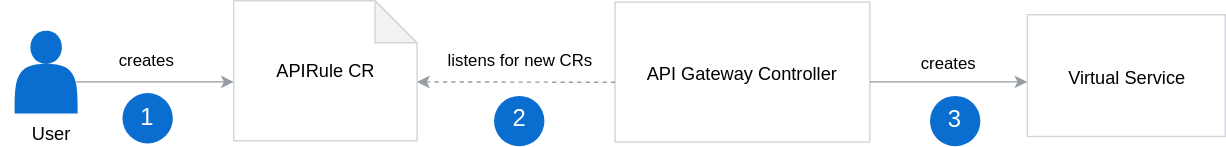
The draw.io diagram docs/technical-reference/assets/api-rules.svg in kyma-project/kyma, before a commit. Source tidied: cells renumbered, new cells last; positions are measured from the earlier drawing's top-left corner, leaving out a move shared by most shapes. Source of this version:
```xml
<mxGraphModel>
  <root>
    <mxCell id="0" />
    <mxCell id="1" parent="0" />
    <mxCell id="2" value="&lt;font style=&quot;font-size: 13px&quot;&gt;User&lt;/font&gt;" style="text;html=1;strokeColor=none;fillColor=none;align=center;verticalAlign=middle;whiteSpace=wrap;rounded=0;dashed=1;labelBackgroundColor=none;fontFamily=Helvetica;fontSize=15;fontColor=#000000;" parent="1" vertex="1">
      <mxGeometry y="84" width="73" height="20" as="geometry" />
    </mxCell>
    <mxCell id="3" style="endArrow=classic;html=1;strokeColor=#959CA4;strokeWidth=1;fontFamily=Helvetica;fontSize=15;fontColor=#000000;" parent="1" edge="1">
      <mxGeometry relative="1" as="geometry">
        <mxPoint x="54" y="58" as="sourcePoint" />
        <mxPoint x="166.5" y="58" as="targetPoint" />
      </mxGeometry>
    </mxCell>
    <mxCell id="4" value="creates&lt;br&gt;" style="text;html=1;strokeColor=none;fillColor=none;align=center;verticalAlign=middle;whiteSpace=wrap;rounded=0;" parent="1" vertex="1">
      <mxGeometry x="69.8" y="33.2" width="68.5" height="18.5" as="geometry" />
    </mxCell>
    <mxCell id="5" style="shape=actor;whiteSpace=wrap;html=1;strokeColor=none;strokeWidth=1;fillColor=#0A6ED1;gradientColor=none;fontFamily=Helvetica;fontSize=12;" parent="1" vertex="1">
      <mxGeometry x="10" y="21.5" width="45" height="59" as="geometry" />
    </mxCell>
    <mxCell id="6" value="&lt;font style=&quot;font-size: 13px&quot;&gt;API Gateway Controller&lt;br&gt;&lt;/font&gt;" style="rounded=0;whiteSpace=wrap;html=1;labelBackgroundColor=none;strokeColor=#D2D5D9;strokeWidth=1;fillColor=#FFFFFF;gradientColor=none;fontFamily=Helvetica;fontSize=15;fontColor=#000000;" parent="1" vertex="1">
      <mxGeometry x="439" y="1" width="182" height="100" as="geometry" />
    </mxCell>
    <mxCell id="7" value="&lt;font style=&quot;font-size: 13px&quot;&gt;APIRule CR&lt;br&gt;&lt;/font&gt;" style="shape=note;whiteSpace=wrap;html=1;backgroundOutline=1;darkOpacity=0.05;strokeColor=#D2D5D9;" parent="1" vertex="1">
      <mxGeometry x="166.5" width="131" height="100" as="geometry" />
    </mxCell>
    <mxCell id="8" style="endArrow=classic;html=1;strokeColor=#959CA4;strokeWidth=1;fontFamily=Helvetica;fontSize=15;fontColor=#000000;entryX=1.011;entryY=0.499;entryDx=0;entryDy=0;entryPerimeter=0;exitX=0;exitY=0.573;exitDx=0;exitDy=0;exitPerimeter=0;dashed=1;" parent="1" edge="1" source="6">
      <mxGeometry relative="1" as="geometry">
        <mxPoint x="297.5" y="58" as="targetPoint" />
      </mxGeometry>
    </mxCell>
    <mxCell id="9" value="listens for new CRs" style="text;html=1;strokeColor=none;fillColor=none;align=center;verticalAlign=middle;whiteSpace=wrap;rounded=0;" parent="1" vertex="1">
      <mxGeometry x="311" y="30.5" width="121" height="24" as="geometry" />
    </mxCell>
    <mxCell id="10" style="ellipse;whiteSpace=wrap;html=1;labelBackgroundColor=none;strokeColor=none;strokeWidth=1;fillColor=#0A6ED1;gradientColor=none;fontFamily=Helvetica;fontSize=15;fontColor=#000000;" parent="1" vertex="1">
      <mxGeometry x="87" y="66" width="36" height="36" as="geometry" />
    </mxCell>
    <mxCell id="11" style="ellipse;whiteSpace=wrap;html=1;labelBackgroundColor=none;strokeColor=none;strokeWidth=1;fillColor=#0A6ED1;gradientColor=none;fontFamily=Helvetica;fontSize=15;fontColor=#000000;" parent="1" vertex="1">
      <mxGeometry x="352.5" y="68" width="36" height="36" as="geometry" />
    </mxCell>
    <mxCell id="12" value="&lt;font style=&quot;font-size: 17px&quot; color=&quot;#ffffff&quot;&gt;1&lt;/font&gt;" style="text;html=1;strokeColor=none;fillColor=none;align=center;verticalAlign=middle;whiteSpace=wrap;rounded=0;labelBackgroundColor=none;fontFamily=Helvetica;fontSize=15;fontColor=#000000;" parent="1" vertex="1">
      <mxGeometry x="97" y="77.5" width="16" height="13" as="geometry" />
    </mxCell>
    <mxCell id="13" value="&lt;font style=&quot;font-size: 17px&quot; color=&quot;#ffffff&quot;&gt;2&lt;/font&gt;" style="text;html=1;strokeColor=none;fillColor=none;align=center;verticalAlign=middle;whiteSpace=wrap;rounded=0;labelBackgroundColor=none;fontFamily=Helvetica;fontSize=15;fontColor=#000000;" parent="1" vertex="1">
      <mxGeometry x="362.5" y="78" width="16" height="13" as="geometry" />
    </mxCell>
    <mxCell id="14" value="&lt;font style=&quot;font-size: 13px&quot;&gt;Virtual Service&lt;br&gt;&lt;/font&gt;" style="rounded=0;whiteSpace=wrap;html=1;labelBackgroundColor=none;strokeColor=#D2D5D9;strokeWidth=1;fillColor=#FFFFFF;gradientColor=none;fontFamily=Helvetica;fontSize=15;fontColor=#000000;" parent="1" vertex="1">
      <mxGeometry x="733.5" y="10" width="141.5" height="87" as="geometry" />
    </mxCell>
    <mxCell id="15" value="creates&lt;br&gt;" style="text;html=1;strokeColor=none;fillColor=none;align=center;verticalAlign=middle;whiteSpace=wrap;rounded=0;" parent="1" vertex="1">
      <mxGeometry x="643" y="36" width="68.5" height="18.5" as="geometry" />
    </mxCell>
    <mxCell id="16" style="endArrow=classic;html=1;strokeColor=#959CA4;strokeWidth=1;fontFamily=Helvetica;fontSize=15;fontColor=#000000;" parent="1" edge="1">
      <mxGeometry relative="1" as="geometry">
        <mxPoint x="621" y="58" as="sourcePoint" />
        <mxPoint x="733.5" y="58" as="targetPoint" />
      </mxGeometry>
    </mxCell>
    <mxCell id="17" style="ellipse;whiteSpace=wrap;html=1;labelBackgroundColor=none;strokeColor=none;strokeWidth=1;fillColor=#0A6ED1;gradientColor=none;fontFamily=Helvetica;fontSize=15;fontColor=#000000;" parent="1" vertex="1">
      <mxGeometry x="664" y="68" width="36" height="36" as="geometry" />
    </mxCell>
    <mxCell id="18" value="&lt;font style=&quot;font-size: 17px&quot; color=&quot;#ffffff&quot;&gt;3&lt;/font&gt;" style="text;html=1;strokeColor=none;fillColor=none;align=center;verticalAlign=middle;whiteSpace=wrap;rounded=0;labelBackgroundColor=none;fontFamily=Helvetica;fontSize=15;fontColor=#000000;" parent="1" vertex="1">
      <mxGeometry x="674" y="79.5" width="16" height="13" as="geometry" />
    </mxCell>
  </root>
</mxGraphModel>
```
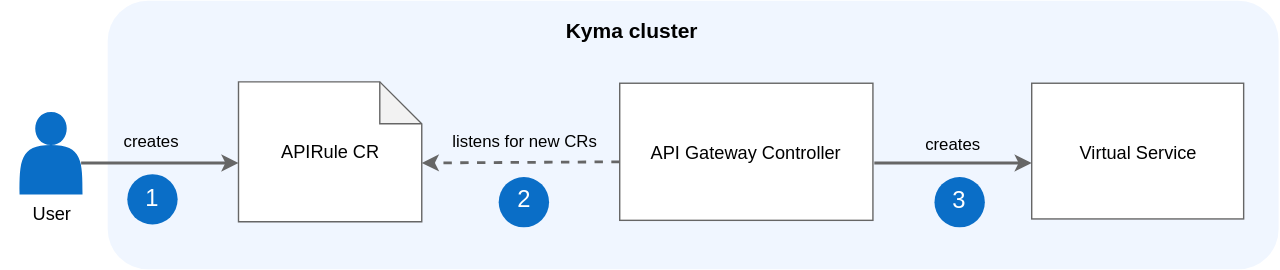
Later version of the same file.

What changed in the source:
```diff
@@ -2,64 +2,70 @@
   <root>
     <mxCell id="0" />
     <mxCell id="1" parent="0" />
+    <mxCell id="19" style="rounded=1;whiteSpace=wrap;html=1;strokeColor=none;fillColor=#F0F6FF;" parent="1" vertex="1">
+      <mxGeometry x="73" y="-58" width="837" height="192" as="geometry" />
+    </mxCell>
-    <mxCell id="2" value="&lt;font style=&quot;font-size: 13px&quot;&gt;User&lt;/font&gt;" style="text;html=1;strokeColor=none;fillColor=none;align=center;verticalAlign=middle;whiteSpace=wrap;rounded=0;dashed=1;labelBackgroundColor=none;fontFamily=Helvetica;fontSize=15;fontColor=#000000;" parent="1" vertex="1">
-      <mxGeometry y="84" width="73" height="20" as="geometry" />
+    <mxCell id="2" value="&lt;font style=&quot;font-size: 13px;&quot;&gt;User&lt;/font&gt;" style="text;html=1;strokeColor=none;fillColor=none;align=center;verticalAlign=middle;whiteSpace=wrap;rounded=0;dashed=1;labelBackgroundColor=none;fontFamily=Helvetica;fontSize=13;fontColor=#000000;" parent="1" vertex="1">
+      <mxGeometry x="-3" y="84" width="73" height="20" as="geometry" />
     </mxCell>
-    <mxCell id="3" style="endArrow=classic;html=1;strokeColor=#959CA4;strokeWidth=1;fontFamily=Helvetica;fontSize=15;fontColor=#000000;" parent="1" edge="1">
-      <mxGeometry relative="1" as="geometry">
-        <mxPoint x="54" y="58" as="sourcePoint" />
-        <mxPoint x="166.5" y="58" as="targetPoint" />
-      </mxGeometry>
-    </mxCell>
-    <mxCell id="4" value="creates&lt;br&gt;" style="text;html=1;strokeColor=none;fillColor=none;align=center;verticalAlign=middle;whiteSpace=wrap;rounded=0;" parent="1" vertex="1">
-      <mxGeometry x="69.8" y="33.2" width="68.5" height="18.5" as="geometry" />
-    </mxCell>
-    <mxCell id="5" style="shape=actor;whiteSpace=wrap;html=1;strokeColor=none;strokeWidth=1;fillColor=#0A6ED1;gradientColor=none;fontFamily=Helvetica;fontSize=12;" parent="1" vertex="1">
-      <mxGeometry x="10" y="21.5" width="45" height="59" as="geometry" />
-    </mxCell>
+    <mxCell id="20" style="endArrow=classic;html=1;strokeWidth=2;fontFamily=Helvetica;fontSize=15;fontColor=#000000;strokeColor=#666666;" parent="1" edge="1">
+      <mxGeometry relative="1" as="geometry">
+        <mxPoint x="54" y="58" as="sourcePoint" />
+        <mxPoint x="166.5" y="58" as="targetPoint" />
+      </mxGeometry>
+    </mxCell>
+    <mxCell id="21" value="creates&lt;br&gt;" style="text;html=1;strokeColor=none;fillColor=none;align=center;verticalAlign=middle;whiteSpace=wrap;rounded=0;" parent="1" vertex="1">
+      <mxGeometry x="69.8" y="33.2" width="68.5" height="18.5" as="geometry" />
+    </mxCell>
+    <mxCell id="22" style="shape=actor;whiteSpace=wrap;html=1;strokeColor=none;strokeWidth=1;gradientColor=none;fontFamily=Helvetica;fontSize=12;fillColor=#0A6EC7;" parent="1" vertex="1">
+      <mxGeometry x="10" y="21.5" width="45" height="59" as="geometry" />
+    </mxCell>
-    <mxCell id="6" value="&lt;font style=&quot;font-size: 13px&quot;&gt;API Gateway Controller&lt;br&gt;&lt;/font&gt;" style="rounded=0;whiteSpace=wrap;html=1;labelBackgroundColor=none;strokeColor=#D2D5D9;strokeWidth=1;fillColor=#FFFFFF;gradientColor=none;fontFamily=Helvetica;fontSize=15;fontColor=#000000;" parent="1" vertex="1">
-      <mxGeometry x="439" y="1" width="182" height="100" as="geometry" />
+    <mxCell id="6" value="&lt;font style=&quot;font-size: 13px&quot;&gt;API Gateway Controller&lt;br&gt;&lt;/font&gt;" style="rounded=0;whiteSpace=wrap;html=1;labelBackgroundColor=none;strokeWidth=1;fillColor=#FFFFFF;gradientColor=none;fontFamily=Helvetica;fontSize=15;fontColor=#000000;strokeColor=#666666;" parent="1" vertex="1">
+      <mxGeometry x="439" y="1" width="181" height="98" as="geometry" />
     </mxCell>
-    <mxCell id="7" value="&lt;font style=&quot;font-size: 13px&quot;&gt;APIRule CR&lt;br&gt;&lt;/font&gt;" style="shape=note;whiteSpace=wrap;html=1;backgroundOutline=1;darkOpacity=0.05;strokeColor=#D2D5D9;" parent="1" vertex="1">
+    <mxCell id="7" value="&lt;font style=&quot;font-size: 13px&quot;&gt;APIRule CR&lt;br&gt;&lt;/font&gt;" style="shape=note;whiteSpace=wrap;html=1;backgroundOutline=1;darkOpacity=0.05;strokeColor=#666666;strokeWidth=1;" parent="1" vertex="1">
       <mxGeometry x="166.5" width="131" height="100" as="geometry" />
     </mxCell>
-    <mxCell id="8" style="endArrow=classic;html=1;strokeColor=#959CA4;strokeWidth=1;fontFamily=Helvetica;fontSize=15;fontColor=#000000;entryX=1.011;entryY=0.499;entryDx=0;entryDy=0;entryPerimeter=0;exitX=0;exitY=0.573;exitDx=0;exitDy=0;exitPerimeter=0;dashed=1;" parent="1" edge="1" source="6">
-      <mxGeometry relative="1" as="geometry">
-        <mxPoint x="297.5" y="58" as="targetPoint" />
-      </mxGeometry>
-    </mxCell>
+    <mxCell id="23" style="endArrow=classic;html=1;strokeWidth=2;fontFamily=Helvetica;fontSize=15;fontColor=#000000;entryX=1.011;entryY=0.499;entryDx=0;entryDy=0;entryPerimeter=0;exitX=0;exitY=0.573;exitDx=0;exitDy=0;exitPerimeter=0;dashed=1;strokeColor=#666666;" parent="1" edge="1" source="6">
+      <mxGeometry relative="1" as="geometry">
+        <mxPoint x="297.5" y="58" as="targetPoint" />
+      </mxGeometry>
+    </mxCell>
     <mxCell id="9" value="listens for new CRs" style="text;html=1;strokeColor=none;fillColor=none;align=center;verticalAlign=middle;whiteSpace=wrap;rounded=0;" parent="1" vertex="1">
       <mxGeometry x="311" y="30.5" width="121" height="24" as="geometry" />
     </mxCell>
-    <mxCell id="10" style="ellipse;whiteSpace=wrap;html=1;labelBackgroundColor=none;strokeColor=none;strokeWidth=1;fillColor=#0A6ED1;gradientColor=none;fontFamily=Helvetica;fontSize=15;fontColor=#000000;" parent="1" vertex="1">
-      <mxGeometry x="87" y="66" width="36" height="36" as="geometry" />
-    </mxCell>
-    <mxCell id="11" style="ellipse;whiteSpace=wrap;html=1;labelBackgroundColor=none;strokeColor=none;strokeWidth=1;fillColor=#0A6ED1;gradientColor=none;fontFamily=Helvetica;fontSize=15;fontColor=#000000;" parent="1" vertex="1">
-      <mxGeometry x="352.5" y="68" width="36" height="36" as="geometry" />
-    </mxCell>
+    <mxCell id="24" style="ellipse;whiteSpace=wrap;html=1;labelBackgroundColor=none;strokeColor=none;strokeWidth=1;gradientColor=none;fontFamily=Helvetica;fontSize=15;fontColor=#000000;fillColor=#0A6EC7;" parent="1" vertex="1">
+      <mxGeometry x="87" y="66" width="36" height="36" as="geometry" />
+    </mxCell>
+    <mxCell id="25" style="ellipse;whiteSpace=wrap;html=1;labelBackgroundColor=none;strokeColor=none;strokeWidth=1;gradientColor=none;fontFamily=Helvetica;fontSize=15;fontColor=#000000;fillColor=#0A6EC7;" parent="1" vertex="1">
+      <mxGeometry x="352.5" y="68" width="36" height="36" as="geometry" />
+    </mxCell>
     <mxCell id="12" value="&lt;font style=&quot;font-size: 17px&quot; color=&quot;#ffffff&quot;&gt;1&lt;/font&gt;" style="text;html=1;strokeColor=none;fillColor=none;align=center;verticalAlign=middle;whiteSpace=wrap;rounded=0;labelBackgroundColor=none;fontFamily=Helvetica;fontSize=15;fontColor=#000000;" parent="1" vertex="1">
       <mxGeometry x="97" y="77.5" width="16" height="13" as="geometry" />
     </mxCell>
     <mxCell id="13" value="&lt;font style=&quot;font-size: 17px&quot; color=&quot;#ffffff&quot;&gt;2&lt;/font&gt;" style="text;html=1;strokeColor=none;fillColor=none;align=center;verticalAlign=middle;whiteSpace=wrap;rounded=0;labelBackgroundColor=none;fontFamily=Helvetica;fontSize=15;fontColor=#000000;" parent="1" vertex="1">
       <mxGeometry x="362.5" y="78" width="16" height="13" as="geometry" />
     </mxCell>
-    <mxCell id="14" value="&lt;font style=&quot;font-size: 13px&quot;&gt;Virtual Service&lt;br&gt;&lt;/font&gt;" style="rounded=0;whiteSpace=wrap;html=1;labelBackgroundColor=none;strokeColor=#D2D5D9;strokeWidth=1;fillColor=#FFFFFF;gradientColor=none;fontFamily=Helvetica;fontSize=15;fontColor=#000000;" parent="1" vertex="1">
-      <mxGeometry x="733.5" y="10" width="141.5" height="87" as="geometry" />
+    <mxCell id="14" value="&lt;font style=&quot;font-size: 13px&quot;&gt;Virtual Service&lt;br&gt;&lt;/font&gt;" style="rounded=0;whiteSpace=wrap;html=1;labelBackgroundColor=none;strokeWidth=1;fillColor=#FFFFFF;gradientColor=none;fontFamily=Helvetica;fontSize=15;fontColor=#000000;strokeColor=#666666;" parent="1" vertex="1">
+      <mxGeometry x="733.5" y="1" width="151.5" height="97" as="geometry" />
     </mxCell>
-    <mxCell id="15" value="creates&lt;br&gt;" style="text;html=1;strokeColor=none;fillColor=none;align=center;verticalAlign=middle;whiteSpace=wrap;rounded=0;" parent="1" vertex="1">
-      <mxGeometry x="643" y="36" width="68.5" height="18.5" as="geometry" />
-    </mxCell>
-    <mxCell id="16" style="endArrow=classic;html=1;strokeColor=#959CA4;strokeWidth=1;fontFamily=Helvetica;fontSize=15;fontColor=#000000;" parent="1" edge="1">
-      <mxGeometry relative="1" as="geometry">
-        <mxPoint x="621" y="58" as="sourcePoint" />
-        <mxPoint x="733.5" y="58" as="targetPoint" />
-      </mxGeometry>
-    </mxCell>
-    <mxCell id="17" style="ellipse;whiteSpace=wrap;html=1;labelBackgroundColor=none;strokeColor=none;strokeWidth=1;fillColor=#0A6ED1;gradientColor=none;fontFamily=Helvetica;fontSize=15;fontColor=#000000;" parent="1" vertex="1">
-      <mxGeometry x="664" y="68" width="36" height="36" as="geometry" />
-    </mxCell>
+    <mxCell id="26" value="creates&lt;br&gt;" style="text;html=1;strokeColor=none;fillColor=none;align=center;verticalAlign=middle;whiteSpace=wrap;rounded=0;" parent="1" vertex="1">
+      <mxGeometry x="643" y="36" width="68.5" height="18.5" as="geometry" />
+    </mxCell>
+    <mxCell id="27" style="endArrow=classic;html=1;strokeWidth=2;fontFamily=Helvetica;fontSize=15;fontColor=#000000;strokeColor=#666666;" parent="1" edge="1">
+      <mxGeometry relative="1" as="geometry">
+        <mxPoint x="621" y="58" as="sourcePoint" />
+        <mxPoint x="733.5" y="58" as="targetPoint" />
+      </mxGeometry>
+    </mxCell>
+    <mxCell id="28" style="ellipse;whiteSpace=wrap;html=1;labelBackgroundColor=none;strokeColor=none;strokeWidth=1;gradientColor=none;fontFamily=Helvetica;fontSize=15;fontColor=#000000;fillColor=#0A6EC7;" parent="1" vertex="1">
+      <mxGeometry x="664" y="68" width="36" height="36" as="geometry" />
+    </mxCell>
     <mxCell id="18" value="&lt;font style=&quot;font-size: 17px&quot; color=&quot;#ffffff&quot;&gt;3&lt;/font&gt;" style="text;html=1;strokeColor=none;fillColor=none;align=center;verticalAlign=middle;whiteSpace=wrap;rounded=0;labelBackgroundColor=none;fontFamily=Helvetica;fontSize=15;fontColor=#000000;" parent="1" vertex="1">
       <mxGeometry x="674" y="79.5" width="16" height="13" as="geometry" />
     </mxCell>
+    <mxCell id="29" value="&lt;font style=&quot;font-size: 15px&quot;&gt;&lt;b&gt;Kyma cluster&lt;/b&gt;&lt;/font&gt;" style="text;html=1;strokeColor=none;fillColor=none;align=center;verticalAlign=middle;whiteSpace=wrap;rounded=0;" parent="1" vertex="1">
+      <mxGeometry x="395.5" y="-47" width="103.5" height="20" as="geometry" />
+    </mxCell>
   </root>
 </mxGraphModel>
```
